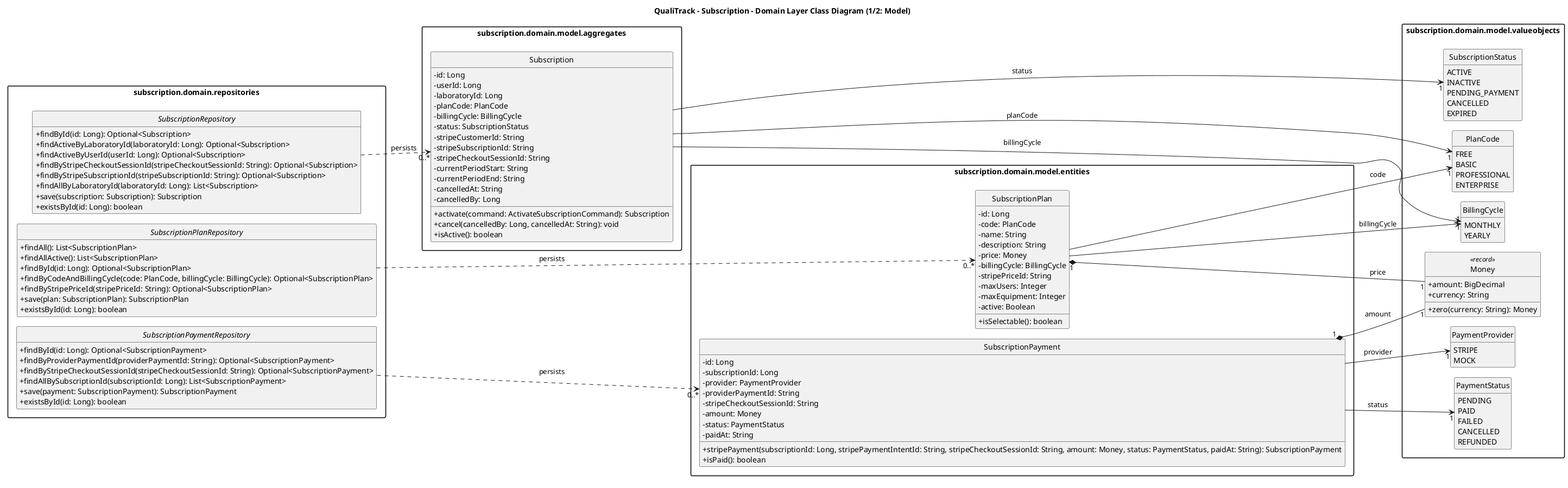
IoTech-2620-8741/qualitrack-report keeps this PlantUML diagram as report/assets/img/main-content/chapter-iv/class-diagrams/subscription-domain-layer-class-diagram-1.png. Above is the earlier version.
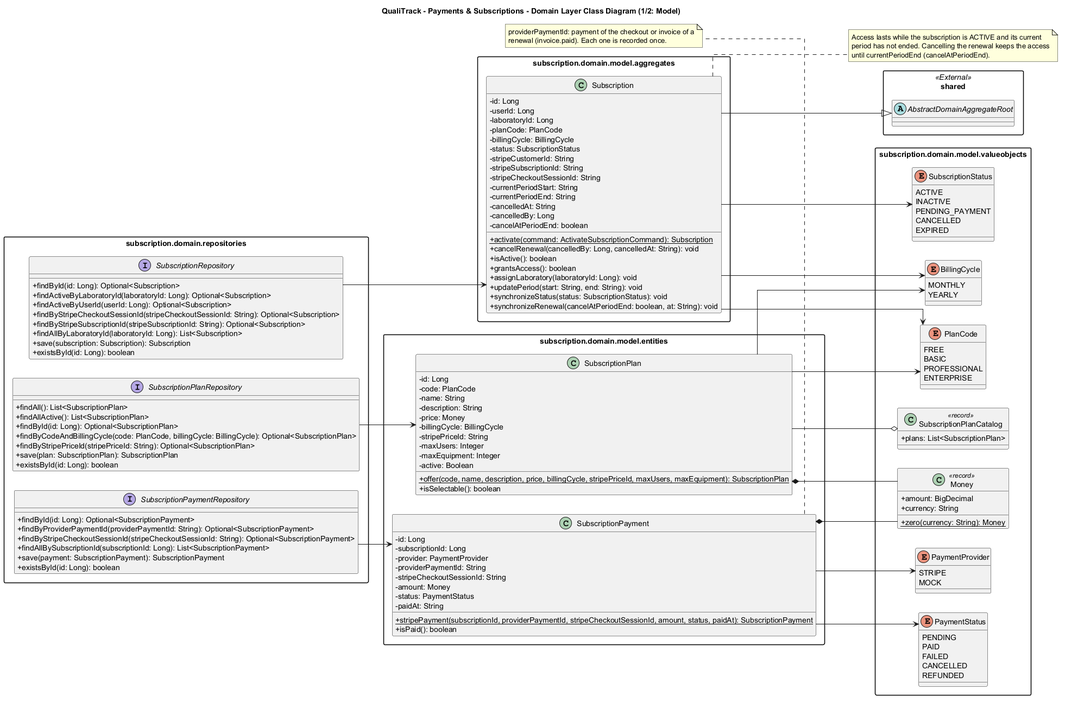
After the change.

Change to the diagram source:
```diff
@@ -1,105 +1,16 @@
 @startuml subscription-domain-layer-class-diagram-1
-!pragma layout smetana
-title QualiTrack - Subscription - Domain Layer Class Diagram (1/2: Model)
+
+title QualiTrack - Payments & Subscriptions - Domain Layer Class Diagram (1/2: Model)
+set separator none
+left to right direction
 
 skinparam packageStyle rectangle
+skinparam shadowing false
 skinparam classAttributeIconSize 0
 skinparam linetype ortho
-hide circle
-hide empty members
-set separator none
-left to right direction
-hide empty members
-skinparam package<<Referenced>> {
-  BackgroundColor #F4F4F4
-  BorderColor #9E9E9E
-  FontColor #616161
-}
-skinparam package<<External>> {
-  BackgroundColor #EEEEEE
-  BorderColor #9E9E9E
-}
 
-package "subscription.domain.repositories" {
-  interface SubscriptionRepository {
-    +findById(id: Long): Optional<Subscription>
-    +findActiveByLaboratoryId(laboratoryId: Long): Optional<Subscription>
-    +findActiveByUserId(userId: Long): Optional<Subscription>
-    +findByStripeCheckoutSessionId(stripeCheckoutSessionId: String): Optional<Subscription>
-    +findByStripeSubscriptionId(stripeSubscriptionId: String): Optional<Subscription>
-    +findAllByLaboratoryId(laboratoryId: Long): List<Subscription>
-    +save(subscription: Subscription): Subscription
-    +existsById(id: Long): boolean
-  }
-
-  interface SubscriptionPlanRepository {
-    +findAll(): List<SubscriptionPlan>
-    +findAllActive(): List<SubscriptionPlan>
-    +findById(id: Long): Optional<SubscriptionPlan>
-    +findByCodeAndBillingCycle(code: PlanCode, billingCycle: BillingCycle): Optional<SubscriptionPlan>
-    +findByStripePriceId(stripePriceId: String): Optional<SubscriptionPlan>
-    +save(plan: SubscriptionPlan): SubscriptionPlan
-    +existsById(id: Long): boolean
-  }
-
-  interface SubscriptionPaymentRepository {
-    +findById(id: Long): Optional<SubscriptionPayment>
-    +findByProviderPaymentId(providerPaymentId: String): Optional<SubscriptionPayment>
-    +findByStripeCheckoutSessionId(stripeCheckoutSessionId: String): Optional<SubscriptionPayment>
-    +findAllBySubscriptionId(subscriptionId: Long): List<SubscriptionPayment>
-    +save(payment: SubscriptionPayment): SubscriptionPayment
-    +existsById(id: Long): boolean
-  }
-}
-
-package "subscription.domain.model.aggregates" {
-  class Subscription {
-    -id: Long
-    -userId: Long
-    -laboratoryId: Long
-    -planCode: PlanCode
-    -billingCycle: BillingCycle
-    -status: SubscriptionStatus
-    -stripeCustomerId: String
-    -stripeSubscriptionId: String
-    -stripeCheckoutSessionId: String
-    -currentPeriodStart: String
-    -currentPeriodEnd: String
-    -cancelledAt: String
-    -cancelledBy: Long
-    +activate(command: ActivateSubscriptionCommand): Subscription
-    +cancel(cancelledBy: Long, cancelledAt: String): void
-    +isActive(): boolean
-  }
-}
-
-package "subscription.domain.model.entities" {
-  class SubscriptionPlan {
-    -id: Long
-    -code: PlanCode
-    -name: String
-    -description: String
-    -price: Money
-    -billingCycle: BillingCycle
-    -stripePriceId: String
-    -maxUsers: Integer
-    -maxEquipment: Integer
-    -active: Boolean
-    +isSelectable(): boolean
-  }
-
-  class SubscriptionPayment {
-    -id: Long
-    -subscriptionId: Long
-    -provider: PaymentProvider
-    -providerPaymentId: String
-    -stripeCheckoutSessionId: String
-    -amount: Money
-    -status: PaymentStatus
-    -paidAt: String
-    +stripePayment(subscriptionId: Long, stripePaymentIntentId: String, stripeCheckoutSessionId: String, amount: Money, status: PaymentStatus, paidAt: String): SubscriptionPayment
-    +isPaid(): boolean
-  }
+package "shared" <<External>> {
+  abstract class AbstractDomainAggregateRoot
 }
 
 package "subscription.domain.model.valueobjects" {
@@ -137,26 +48,130 @@
   }
 
   class Money <<record>> {
-    +amount: BigDecimal
-    +currency: String
-    +zero(currency: String): Money
+    + amount: BigDecimal
+    + currency: String
+    + {static} zero(currency: String): Money
+  }
+
+  class SubscriptionPlanCatalog <<record>> {
+    + plans: List<SubscriptionPlan>
   }
 }
 
-Subscription --> "1" PlanCode : planCode
-Subscription --> "1" BillingCycle : billingCycle
-Subscription --> "1" SubscriptionStatus : status
-SubscriptionPlan --> "1" PlanCode : code
-SubscriptionPlan --> "1" BillingCycle : billingCycle
-SubscriptionPlan "1" *-- "1" Money : price
-SubscriptionPayment --> "1" PaymentProvider : provider
-SubscriptionPayment --> "1" PaymentStatus : status
-SubscriptionPayment "1" *-- "1" Money : amount
-SubscriptionRepository ..> "0..*" Subscription : persists
-SubscriptionPlanRepository ..> "0..*" SubscriptionPlan : persists
-SubscriptionPaymentRepository ..> "0..*" SubscriptionPayment : persists
+package "subscription.domain.model.aggregates" {
+  class Subscription {
+    - id: Long
+    - userId: Long
+    - laboratoryId: Long
+    - planCode: PlanCode
+    - billingCycle: BillingCycle
+    - status: SubscriptionStatus
+    - stripeCustomerId: String
+    - stripeSubscriptionId: String
+    - stripeCheckoutSessionId: String
+    - currentPeriodStart: String
+    - currentPeriodEnd: String
+    - cancelledAt: String
+    - cancelledBy: Long
+    - cancelAtPeriodEnd: boolean
+    + {static} activate(command: ActivateSubscriptionCommand): Subscription
+    + cancelRenewal(cancelledBy: Long, cancelledAt: String): void
+    + isActive(): boolean
+    + grantsAccess(): boolean
+    + assignLaboratory(laboratoryId: Long): void
+    + updatePeriod(start: String, end: String): void
+    + synchronizeStatus(status: SubscriptionStatus): void
+    + synchronizeRenewal(cancelAtPeriodEnd: boolean, at: String): void
+  }
+}
+Subscription --|> AbstractDomainAggregateRoot
+Subscription --> PlanCode
+Subscription --> BillingCycle
+Subscription --> SubscriptionStatus
+note right of Subscription
+  Access lasts while the subscription is ACTIVE and its current
+  period has not ended. Cancelling the renewal keeps the access
+  until currentPeriodEnd (cancelAtPeriodEnd).
+end note
 
-Subscription -[hidden]-> SubscriptionPlan
-Subscription -[hidden]-> SubscriptionPayment
+package "subscription.domain.model.entities" {
+  class SubscriptionPlan {
+    - id: Long
+    - code: PlanCode
+    - name: String
+    - description: String
+    - price: Money
+    - billingCycle: BillingCycle
+    - stripePriceId: String
+    - maxUsers: Integer
+    - maxEquipment: Integer
+    - active: Boolean
+    + {static} offer(code, name, description, price, billingCycle, stripePriceId, maxUsers, maxEquipment): SubscriptionPlan
+    + isSelectable(): boolean
+  }
+
+  class SubscriptionPayment {
+    - id: Long
+    - subscriptionId: Long
+    - provider: PaymentProvider
+    - providerPaymentId: String
+    - stripeCheckoutSessionId: String
+    - amount: Money
+    - status: PaymentStatus
+    - paidAt: String
+    + {static} stripePayment(subscriptionId, providerPaymentId, stripeCheckoutSessionId, amount, status, paidAt): SubscriptionPayment
+    + isPaid(): boolean
+  }
+}
+SubscriptionPlan --> PlanCode
+SubscriptionPlan --> BillingCycle
+SubscriptionPlan *-- Money
+SubscriptionPayment --> PaymentProvider
+SubscriptionPayment --> PaymentStatus
+SubscriptionPayment *-- Money
+SubscriptionPlanCatalog o-- SubscriptionPlan
+note bottom of SubscriptionPayment
+  providerPaymentId: payment of the checkout or invoice of a
+  renewal (invoice.paid). Each one is recorded once.
+end note
+
+
+
+
+package "subscription.domain.repositories" {
+  interface SubscriptionRepository {
+    + findById(id: Long): Optional<Subscription>
+    + findActiveByLaboratoryId(laboratoryId: Long): Optional<Subscription>
+    + findActiveByUserId(userId: Long): Optional<Subscription>
+    + findByStripeCheckoutSessionId(stripeCheckoutSessionId: String): Optional<Subscription>
+    + findByStripeSubscriptionId(stripeSubscriptionId: String): Optional<Subscription>
+    + findAllByLaboratoryId(laboratoryId: Long): List<Subscription>
+    + save(subscription: Subscription): Subscription
+    + existsById(id: Long): boolean
+  }
+
+  interface SubscriptionPlanRepository {
+    + findAll(): List<SubscriptionPlan>
+    + findAllActive(): List<SubscriptionPlan>
+    + findById(id: Long): Optional<SubscriptionPlan>
+    + findByCodeAndBillingCycle(code: PlanCode, billingCycle: BillingCycle): Optional<SubscriptionPlan>
+    + findByStripePriceId(stripePriceId: String): Optional<SubscriptionPlan>
+    + save(plan: SubscriptionPlan): SubscriptionPlan
+    + existsById(id: Long): boolean
+  }
+
+  interface SubscriptionPaymentRepository {
+    + findById(id: Long): Optional<SubscriptionPayment>
+    + findByProviderPaymentId(providerPaymentId: String): Optional<SubscriptionPayment>
+    + findByStripeCheckoutSessionId(stripeCheckoutSessionId: String): Optional<SubscriptionPayment>
+    + findAllBySubscriptionId(subscriptionId: Long): List<SubscriptionPayment>
+    + save(payment: SubscriptionPayment): SubscriptionPayment
+    + existsById(id: Long): boolean
+  }
+}
+SubscriptionRepository --> Subscription
+SubscriptionPlanRepository --> SubscriptionPlan
+SubscriptionPaymentRepository --> SubscriptionPayment
+
 
 @enduml
```
